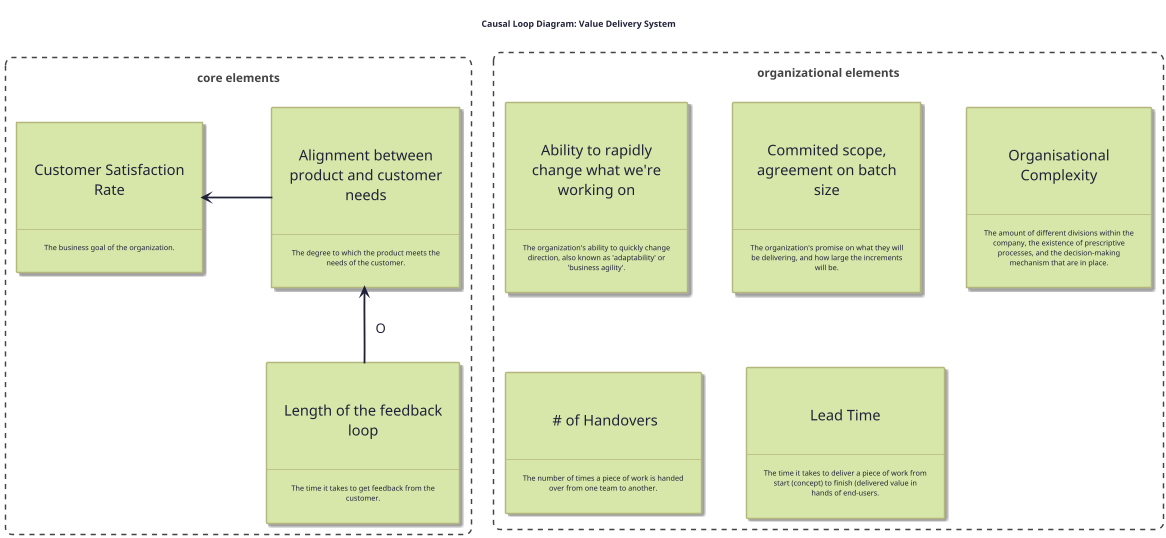
sddevelopment-be/systems-thinking-kata keeps this PlantUML diagram as static/images/kata/organizational_elements_CONNECT-US.png. Above is the earlier version. Source of this version:
```plantuml
@startuml
title Causal Loop Diagram: Value Delivery System

!include ../templates/puml-theme-stickies.puml

skinparam backgroundColor white
skinparam linetype disabled

Boundary(core, "core elements") {
	Sticky(customer_satisfaction, "Customer Satisfaction Rate", "The business goal of the organization.")
  Sticky(alignment_to_market, "Alignment between product and customer needs", "The degree to which the product meets the needs of the customer.")
  Sticky(loop_length, "Length of the feedback loop", "The time it takes to get feedback from the customer.")

   alignment_to_market -left-> customer_satisfaction: " "
   loop_length -up-> alignment_to_market: "O"
}

Boundary(organizational, "organizational elements") {
	Sticky(adaptability, "Ability to rapidly change what we're working on", "The organization's ability to quickly change direction, also known as 'adaptability' or 'business agility'.")
	Sticky(scope, "Commited scope, agreement on batch size", "The organization's promise on what they will be delivering, and how large the increments will be.")
  Sticky(complexity, "Organisational Complexity", "The amount of different divisions within the company, the existence of prescriptive processes, and the decision-making mechanism that are in place.")
  Sticky(handovers, " # of Handovers", "The number of times a piece of work is handed over from one team to another.")
  Sticky(lead_time, "Lead Time", "The time it takes to deliver a piece of work from start (concept) to finish (delivered value in hands of end-users.")
}


@enduml
```
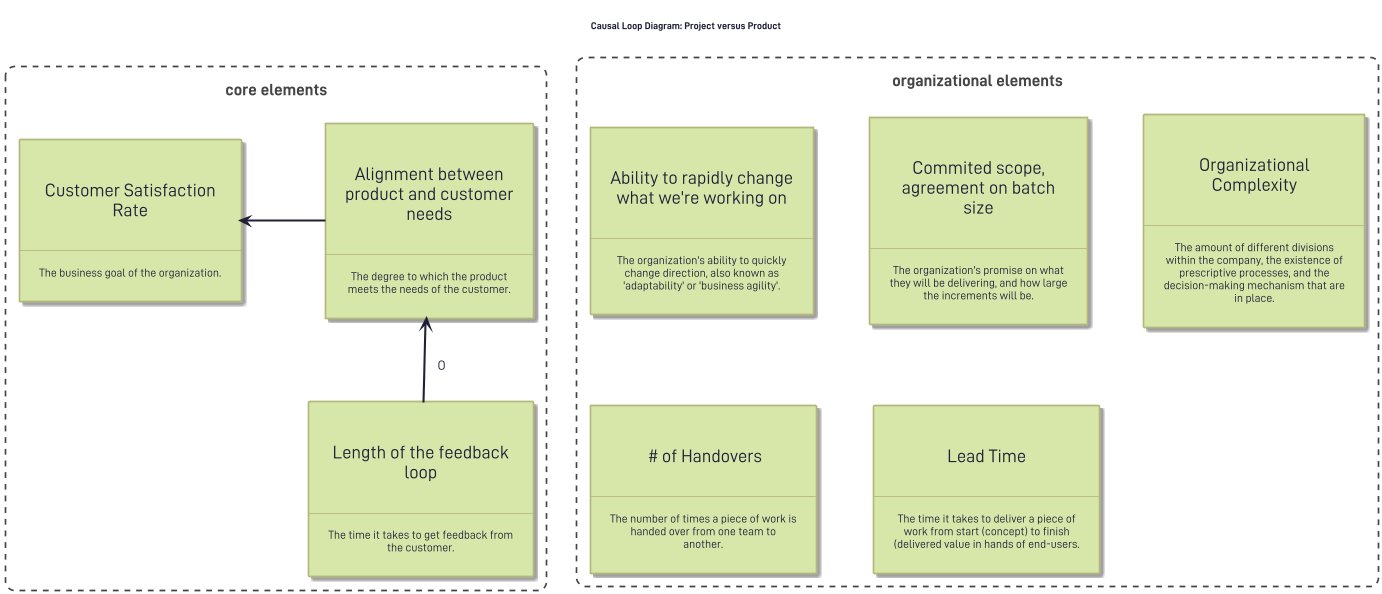
After the commit.

What changed in the source:
```diff
@@ -1,5 +1,5 @@
 @startuml
-title Causal Loop Diagram: Value Delivery System
+title Causal Loop Diagram: Project versus Product
 
 !include ../templates/puml-theme-stickies.puml
 
@@ -18,7 +18,7 @@
 Boundary(organizational, "organizational elements") {
 	Sticky(adaptability, "Ability to rapidly change what we're working on", "The organization's ability to quickly change direction, also known as 'adaptability' or 'business agility'.")
 	Sticky(scope, "Commited scope, agreement on batch size", "The organization's promise on what they will be delivering, and how large the increments will be.")
-  Sticky(complexity, "Organisational Complexity", "The amount of different divisions within the company, the existence of prescriptive processes, and the decision-making mechanism that are in place.")
+  Sticky(complexity, "Organizational Complexity", "The amount of different divisions within the company, the existence of prescriptive processes, and the decision-making mechanism that are in place.")
   Sticky(handovers, " # of Handovers", "The number of times a piece of work is handed over from one team to another.")
   Sticky(lead_time, "Lead Time", "The time it takes to deliver a piece of work from start (concept) to finish (delivered value in hands of end-users.")
 }
```
